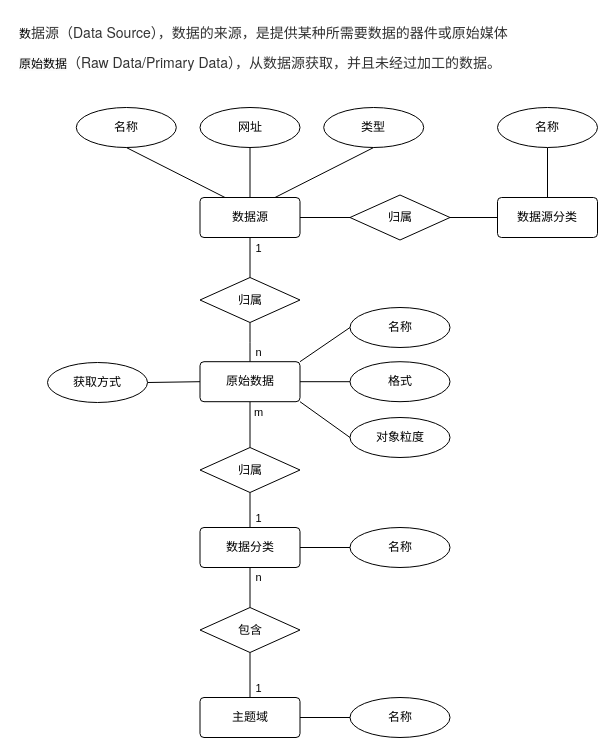
Earlier version of the draw.io diagram 数据源模型.drawio (wangzijia122/drawio_repository). Source tidied: cells renumbered, new cells numbered last; positions are measured from the earlier drawing's top-left corner, leaving out a move shared by most shapes. Both pictures are drawn from the tidied source at 100%, with x=0, y=0 at pixel (17, 17).
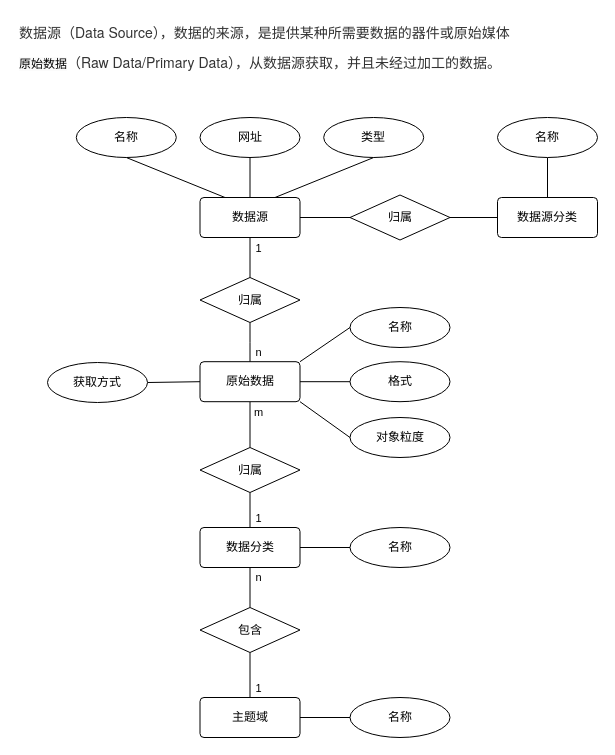
Above is the later version.

Commit message:
更新数据源模型.drawio

Diff of the diagram source:
```diff
@@
-    <mxCell id="2" value="数&lt;span style=&quot;color: rgb(51, 51, 51); font-family: &amp;quot;Helvetica Neue&amp;quot;, Helvetica, Arial, &amp;quot;PingFang SC&amp;quot;, &amp;quot;Hiragino Sans GB&amp;quot;, &amp;quot;Microsoft YaHei&amp;quot;, &amp;quot;WenQuanYi Micro Hei&amp;quot;, sans-serif, font-extend; font-size: 14px; text-indent: 28px; background-color: rgb(255, 255, 255);&quot;&gt;据源（Data Source），数据的来源，是提供某种所需要数据的器件或原始媒体&lt;/span&gt;" style="text;html=1;align=left;verticalAlign=middle;strokeColor=none;fillColor=none;" parent="1" vertex="1">
+    <mxCell id="2" value="&lt;div style=&quot;text-indent: 0px;&quot;&gt;&lt;span style=&quot;background-color: rgb(255, 255, 255); color: rgb(51, 51, 51); font-family: &amp;quot;Helvetica Neue&amp;quot;, Helvetica, Arial, &amp;quot;PingFang SC&amp;quot;, &amp;quot;Hiragino Sans GB&amp;quot;, &amp;quot;Microsoft YaHei&amp;quot;, &amp;quot;WenQuanYi Micro Hei&amp;quot;, sans-serif, font-extend; font-size: 14px; text-indent: 28px;&quot;&gt;数据源（Data Source），数据的来源，是提供某种所需要数据的器件或原始媒体&lt;/span&gt;&lt;/div&gt;" style="text;html=1;align=left;verticalAlign=middle;strokeColor=none;fillColor=none;" parent="1" vertex="1">
       <mxGeometry width="520" height="30" as="geometry" />
     </mxCell>
@@
     <mxCell id="27" value="类型" style="ellipse;whiteSpace=wrap;html=1;align=center;" parent="1" vertex="1">
-      <mxGeometry x="306.2" y="90" width="100" height="40" as="geometry" />
+      <mxGeometry x="306.2" y="100" width="100" height="40" as="geometry" />
     </mxCell>
     <mxCell id="28" value="网址" style="ellipse;whiteSpace=wrap;html=1;align=center;" parent="1" vertex="1">
-      <mxGeometry x="182.5" y="90" width="100" height="40" as="geometry" />
+      <mxGeometry x="182.5" y="100" width="100" height="40" as="geometry" />
     </mxCell>
     <mxCell id="29" value="名称" style="ellipse;whiteSpace=wrap;html=1;align=center;" parent="1" vertex="1">
-      <mxGeometry x="58.8" y="90" width="100" height="40" as="geometry" />
+      <mxGeometry x="58.8" y="100" width="100" height="40" as="geometry" />
     </mxCell>
@@
     <mxCell id="46" value="名称" style="ellipse;whiteSpace=wrap;html=1;align=center;" parent="1" vertex="1">
-      <mxGeometry x="480" y="90" width="100" height="40" as="geometry" />
+      <mxGeometry x="480" y="100" width="100" height="40" as="geometry" />
     </mxCell>
```
